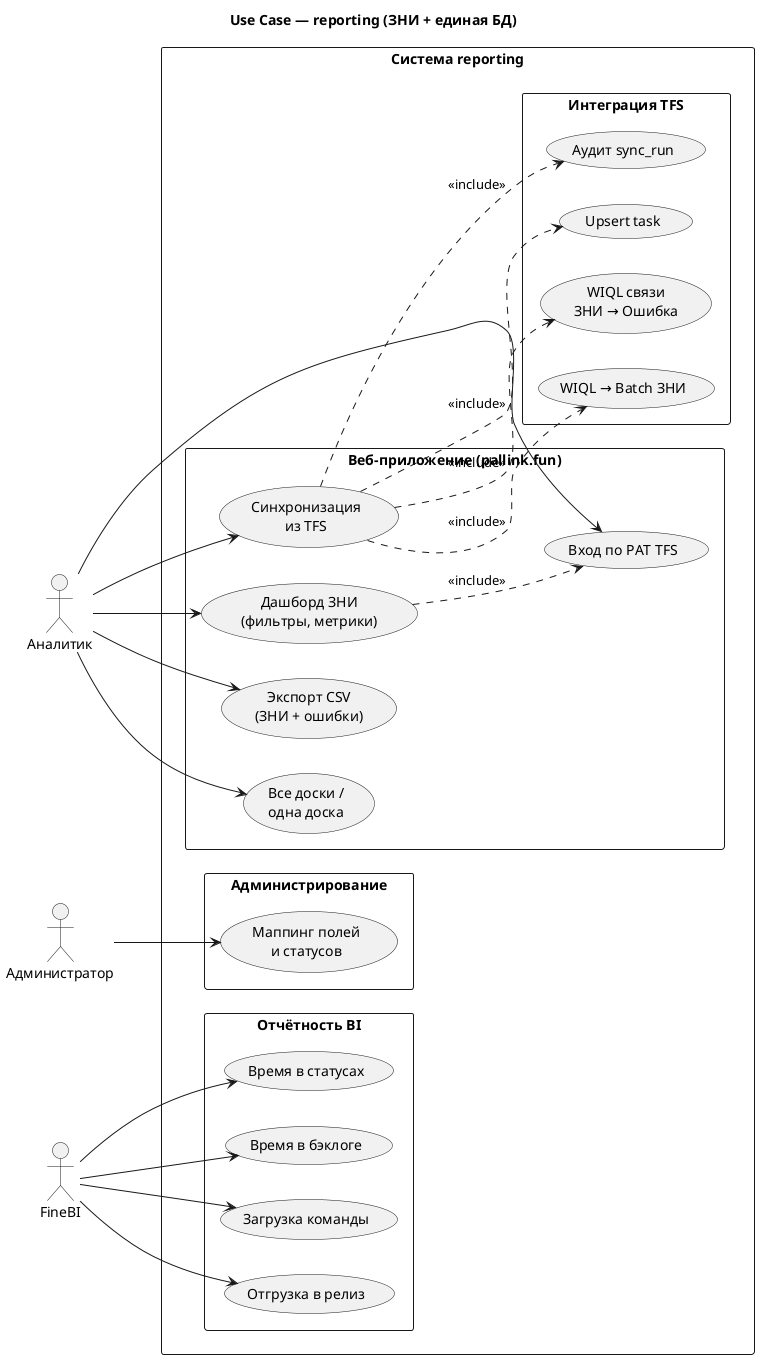
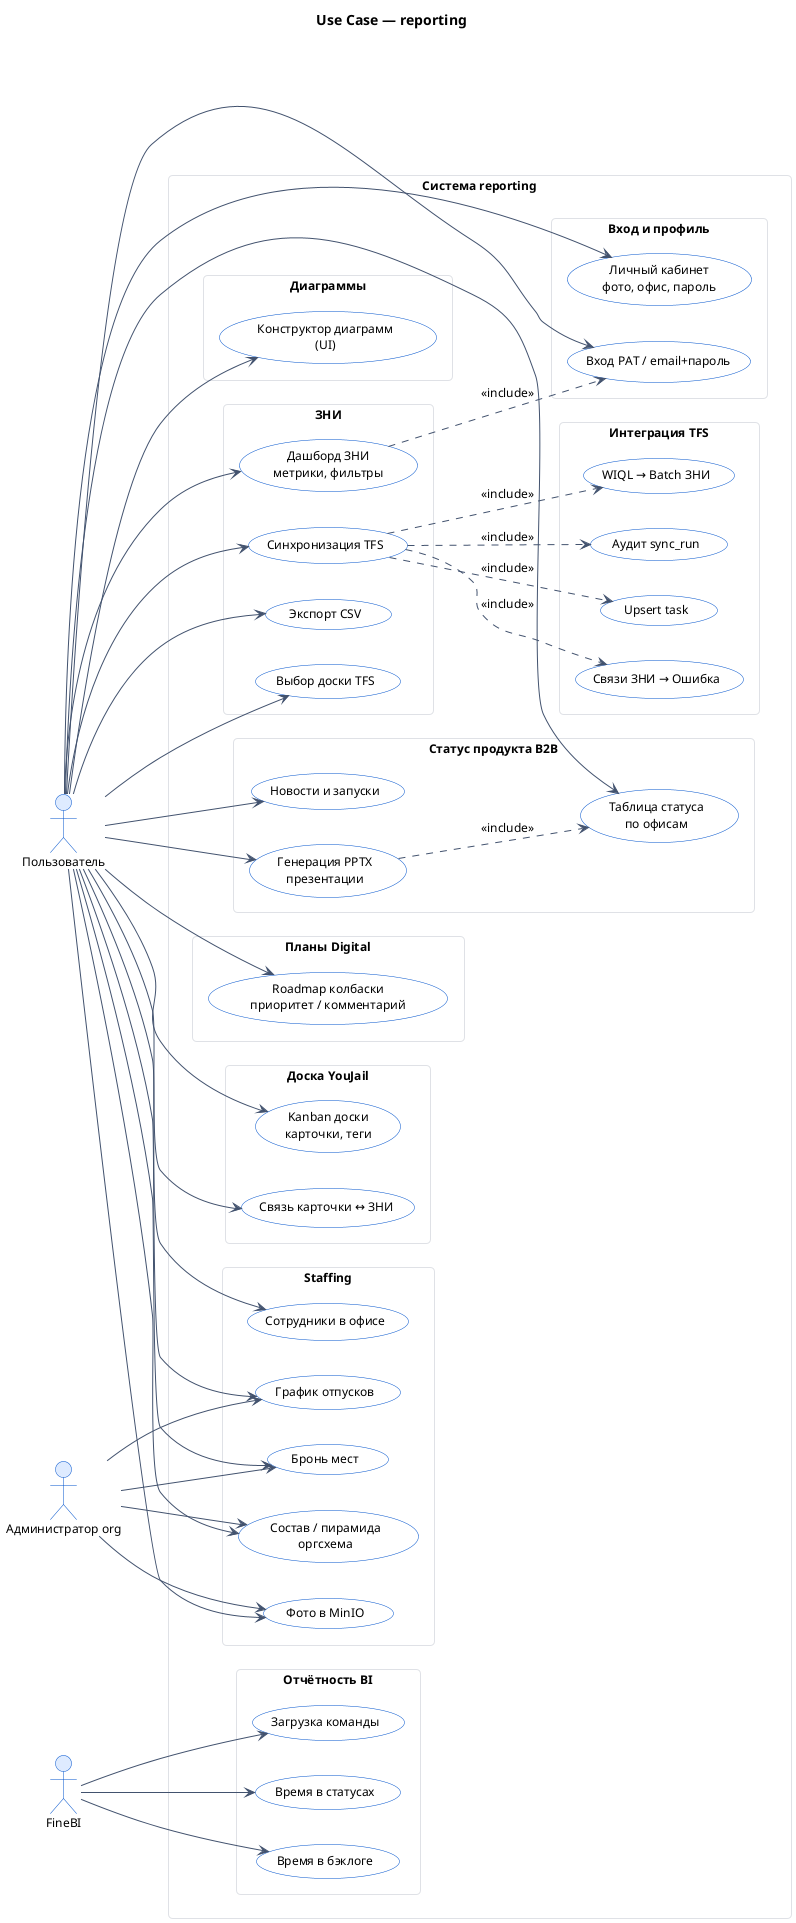
@startuml use-case
left to right direction
skinparam packageStyle rectangle
+ skinparam shadowing false
+ skinparam roundCorner 8
+ skinparam defaultFontName "Segoe UI"
+ skinparam defaultFontSize 12
+ skinparam ArrowColor #42526E
+ skinparam actorBackgroundColor #DEEBFF
+ skinparam actorBorderColor #0052CC
+ skinparam usecaseBackgroundColor #FFFFFF
+ skinparam usecaseBorderColor #0052CC
+ skinparam packageBackgroundColor #F4F5F7
+ skinparam packageBorderColor #DFE1E6
+ skinparam rectangleBackgroundColor #FFFFFF
+ skinparam rectangleBorderColor #DFE1E6

- title Use Case — reporting (ЗНИ + единая БД)
+ title Use Case — reporting

- actor "Аналитик" as analyst
- actor "Администратор" as admin
+ actor "Пользователь" as user
+ actor "Администратор org" as admin
actor "FineBI" as bi

rectangle "Система reporting" {

-   package "Веб-приложение (pallink.fun)" {
-     usecase "Вход по PAT TFS" as UC_AUTH
-     usecase "Дашборд ЗНИ\n(фильтры, метрики)" as UC_DASH
-     usecase "Синхронизация\nиз TFS" as UC_SYNC
-     usecase "Экспорт CSV\n(ЗНИ + ошибки)" as UC_EXPORT
-     usecase "Все доски /\nодна доска" as UC_BOARD
+   package "Вход и профиль" {
+     usecase "Вход PAT / email+пароль" as UC_AUTH
+     usecase "Личный кабинет\nфото, офис, пароль" as UC_PROFILE
+   }
+ 
+   package "ЗНИ" {
+     usecase "Дашборд ЗНИ\nметрики, фильтры" as UC_DASH
+     usecase "Синхронизация TFS" as UC_SYNC
+     usecase "Экспорт CSV" as UC_EXPORT
+     usecase "Выбор доски TFS" as UC_BOARD
+   }
+ 
+   package "Статус продукта B2B" {
+     usecase "Таблица статуса\nпо офисам" as UC_B2B
+     usecase "Новости и запуски" as UC_NEWS
+     usecase "Генерация PPTX\nпрезентации" as UC_PPTX
+   }
+ 
+   package "Планы Digital" {
+     usecase "Roadmap колбаски\nприоритет / комментарий" as UC_ROADMAP
+   }
+ 
+   package "Доска YouJail" {
+     usecase "Kanban доски\nкарточки, теги" as UC_YJ
+     usecase "Связь карточки ↔ ЗНИ" as UC_YJ_ZNI
+   }
+ 
+   package "Staffing" {
+     usecase "График отпусков" as UC_VAC
+     usecase "Бронь мест" as UC_BOOK
+     usecase "Сотрудники в офисе" as UC_OFFICE
+     usecase "Состав / пирамида\nоргсхема" as UC_ORG
+     usecase "Фото в MinIO" as UC_PHOTO
+   }
+ 
+   package "Диаграммы" {
+     usecase "Конструктор диаграмм\n(UI)" as UC_DIAG
  }

  package "Отчётность BI" {
    usecase "Время в статусах" as UC2
    usecase "Время в бэклоге" as UC3
    usecase "Загрузка команды" as UC4
-     usecase "Отгрузка в релиз" as UC5
-   }
- 
-   package "Администрирование" {
-     usecase "Маппинг полей\nи статусов" as UC6
  }

  package "Интеграция TFS" {
    usecase "WIQL → Batch ЗНИ" as UC9A
-     usecase "WIQL связи\nЗНИ → Ошибка" as UC9B
+     usecase "Связи ЗНИ → Ошибка" as UC9B
    usecase "Upsert task" as UC9C
    usecase "Аудит sync_run" as UC16
  }
}

- analyst --> UC_AUTH
- analyst --> UC_DASH
- analyst --> UC_SYNC
- analyst --> UC_EXPORT
- analyst --> UC_BOARD
+ user --> UC_AUTH
+ user --> UC_PROFILE
+ user --> UC_DASH
+ user --> UC_SYNC
+ user --> UC_EXPORT
+ user --> UC_BOARD
+ user --> UC_B2B
+ user --> UC_NEWS
+ user --> UC_PPTX
+ user --> UC_ROADMAP
+ user --> UC_YJ
+ user --> UC_YJ_ZNI
+ user --> UC_VAC
+ user --> UC_BOOK
+ user --> UC_OFFICE
+ user --> UC_ORG
+ user --> UC_DIAG
+ user --> UC_PHOTO
+ 
+ admin --> UC_ORG
+ admin --> UC_BOOK
+ admin --> UC_VAC
+ admin --> UC_PHOTO

bi --> UC2
bi --> UC3
bi --> UC4
- bi --> UC5
- 
- admin --> UC6

UC_SYNC ..> UC9A : <<include>>
UC_SYNC ..> UC9B : <<include>>
UC_SYNC ..> UC9C : <<include>>
UC_SYNC ..> UC16 : <<include>>
UC_DASH ..> UC_AUTH : <<include>>
+ UC_PPTX ..> UC_B2B : <<include>>

@enduml
